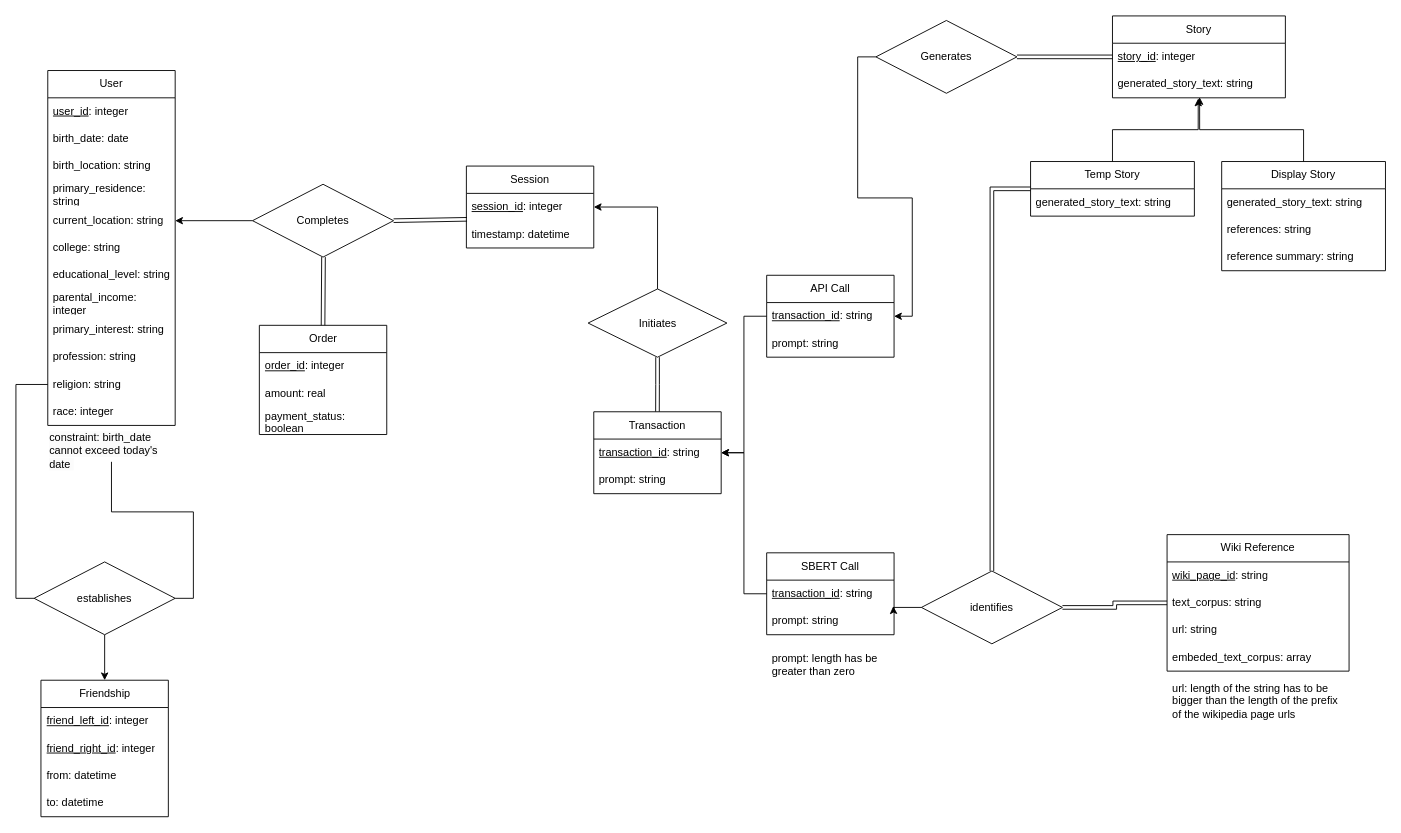
Above: er_diagram.drawio in jiajiabinx/IChing (draw.io), before the change. Source tidied: cells renumbered, new cells numbered last; positions are measured from the earlier drawing's top-left corner, leaving out a move shared by most shapes. Both pictures are drawn from the tidied source at 91%, with x=0, y=0 at pixel (34, 15).
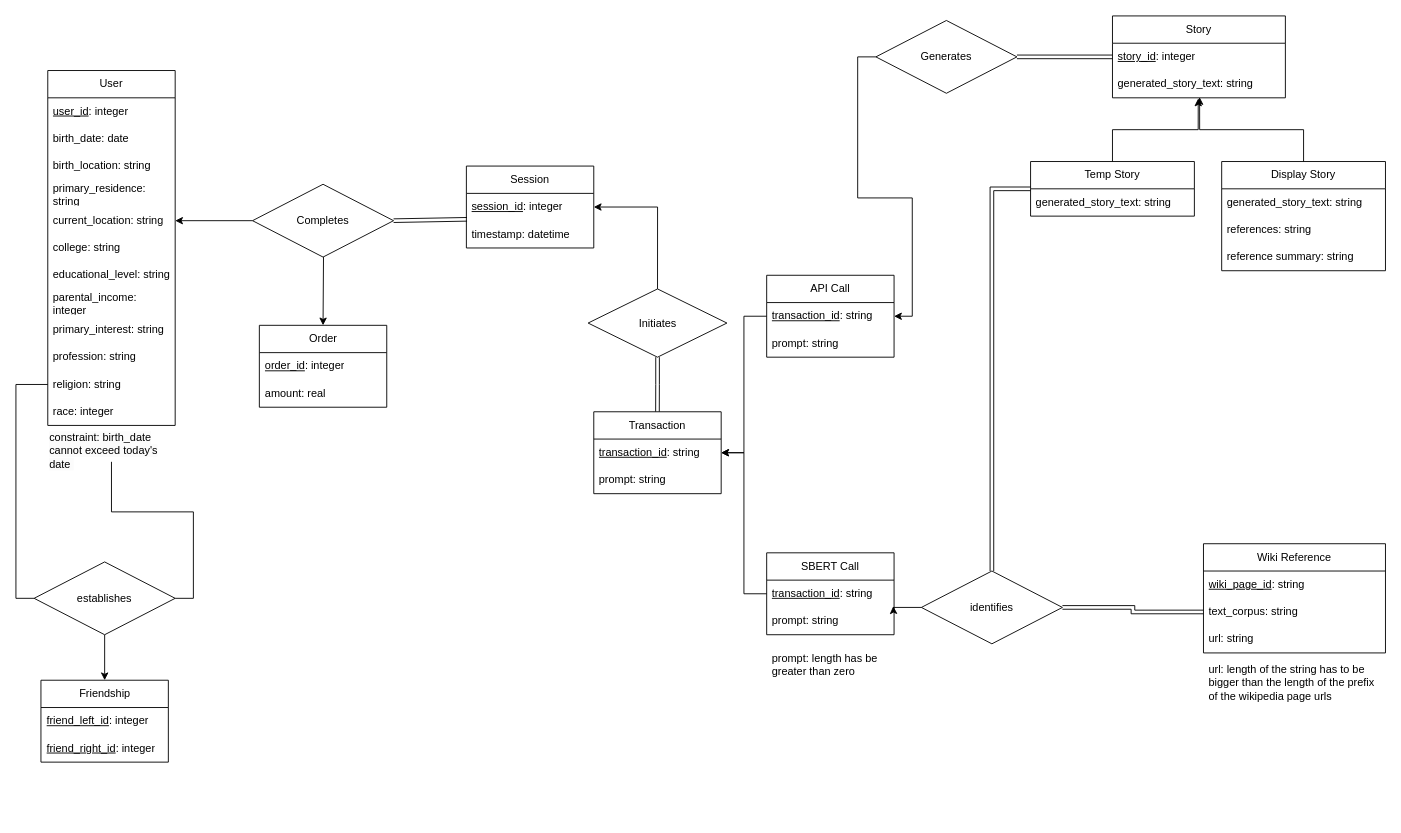
The same page after the edit.

Unchanged cells that the change refers to:
```xml
<mxCell id="4" value="timestamp: datetime" style="text;strokeColor=none;fillColor=none;align=left;verticalAlign=middle;spacingLeft=4;spacingRight=4;overflow=hidden;points=[[0,0.5],[1,0.5]];portConstraint=eastwest;whiteSpace=wrap;html=1;" parent="2" vertex="1">
  <mxGeometry y="60" width="140" height="30" as="geometry" />
</mxCell>
<mxCell id="11" value="generated_story_text: string" style="text;strokeColor=none;fillColor=none;align=left;verticalAlign=middle;spacingLeft=4;spacingRight=4;overflow=hidden;points=[[0,0.5],[1,0.5]];portConstraint=eastwest;whiteSpace=wrap;html=1;" parent="9" vertex="1">
  <mxGeometry y="60" width="190" height="30" as="geometry" />
</mxCell>
<mxCell id="13" value="Completes" style="rhombus;whiteSpace=wrap;html=1;" parent="1" vertex="1">
  <mxGeometry x="240" y="185" width="155" height="80" as="geometry" />
</mxCell>
<mxCell id="16" value="Temp Story" style="swimlane;fontStyle=0;horizontal=1;startSize=30;whiteSpace=wrap;html=1;" parent="1" vertex="1">
  <mxGeometry x="1095" y="160" width="180" height="60" as="geometry" />
</mxCell>
```

Change to the diagram source:
```diff
@@
     <mxCell id="5" value="Order" style="swimlane;fontStyle=0;horizontal=1;startSize=30;whiteSpace=wrap;html=1;" parent="1" vertex="1">
-      <mxGeometry x="247.5" y="340" width="140" height="120" as="geometry" />
+      <mxGeometry x="247.5" y="340" width="140" height="90" as="geometry" />
     </mxCell>
@@
-    <mxCell id="8" value="payment_status: boolean" style="text;strokeColor=none;fillColor=none;align=left;verticalAlign=middle;spacingLeft=4;spacingRight=4;overflow=hidden;whiteSpace=wrap;html=1;" parent="5" vertex="1">
-      <mxGeometry y="90" width="140" height="30" as="geometry" />
-    </mxCell>
@@
-    <mxCell id="14" style="endArrow=none;html=1;rounded=0;exitX=1;exitY=0.5;exitDx=0;exitDy=0;shape=link;entryX=0.005;entryY=-0.05;entryDx=0;entryDy=0;entryPerimeter=0;" parent="1" edge="1" source="13" target="4">
+    <mxCell id="14" style="endArrow=none;html=1;rounded=0;exitX=1;exitY=0.5;exitDx=0;exitDy=0;entryX=0.005;entryY=-0.05;entryDx=0;entryDy=0;entryPerimeter=0;shape=link;" parent="1" edge="1" source="13" target="4">
       <mxGeometry relative="1" as="geometry" />
     </mxCell>
-    <mxCell id="15" style="endArrow=none;html=1;rounded=0;exitX=0.5;exitY=0;exitDx=0;exitDy=0;shape=link;" parent="1" edge="1" source="5">
+    <mxCell id="15" style="endArrow=none;html=1;rounded=0;exitX=0.5;exitY=0;exitDx=0;exitDy=0;endFill=0;startArrow=classic;startFill=1;" parent="1" edge="1" source="5">
       <mxGeometry relative="1" as="geometry">
         <mxPoint x="318" y="265" as="targetPoint" />
       </mxGeometry>
     </mxCell>
@@
     <mxCell id="38" style="edgeStyle=orthogonalEdgeStyle;rounded=0;jettySize=auto;html=1;exitX=0.5;exitY=0;exitDx=0;exitDy=0;entryX=0.496;entryY=1.026;entryDx=0;entryDy=0;entryPerimeter=0;" parent="1" edge="1" source="16" target="11">
-      <mxGeometry relative="1" as="geometry" />
+      <mxGeometry relative="1" as="geometry">
+        <Array as="points">
+          <mxPoint x="1185" y="125" />
+          <mxPoint x="1279" y="125" />
+        </Array>
+      </mxGeometry>
     </mxCell>
@@
     <mxCell id="40" style="group;" parent="1" vertex="1">
-      <mxGeometry x="1245" y="570" width="200" height="215" as="geometry" />
+      <mxGeometry x="1285" y="580" width="200" height="215" as="geometry" />
     </mxCell>
     <mxCell id="41" value="Wiki Reference" style="swimlane;fontStyle=0;horizontal=1;startSize=30;whiteSpace=wrap;html=1;" parent="40" vertex="1">
-      <mxGeometry width="200" height="150" as="geometry" />
+      <mxGeometry width="200" height="120" as="geometry" />
     </mxCell>
@@
-    <mxCell id="45" value="embeded_text_corpus: array" style="text;strokeColor=none;fillColor=none;align=left;verticalAlign=middle;spacingLeft=4;spacingRight=4;overflow=hidden;whiteSpace=wrap;html=1;" parent="41" vertex="1">
-      <mxGeometry y="120" width="200" height="30" as="geometry" />
-    </mxCell>
     <mxCell id="46" value="url: length of the string has to be bigger than the length of the prefix of the wikipedia page urls" style="text;strokeColor=none;fillColor=none;align=left;verticalAlign=middle;spacingLeft=4;spacingRight=4;overflow=hidden;whiteSpace=wrap;html=1;" parent="40" vertex="1">
-      <mxGeometry y="150" width="200" height="65" as="geometry" />
+      <mxGeometry y="120" width="200" height="65" as="geometry" />
     </mxCell>
@@
     <mxCell id="73" value="Friendship" style="swimlane;fontStyle=0;horizontal=1;startSize=30;whiteSpace=wrap;html=1;" parent="1" vertex="1">
-      <mxGeometry x="7.5" y="730" width="140" height="150" as="geometry" />
+      <mxGeometry x="7.5" y="730" width="140" height="90" as="geometry" />
     </mxCell>
@@
-    <mxCell id="76" value="from: datetime" style="text;strokeColor=none;fillColor=none;align=left;verticalAlign=middle;spacingLeft=4;spacingRight=4;overflow=hidden;whiteSpace=wrap;html=1;" parent="73" vertex="1">
-      <mxGeometry y="90" width="140" height="30" as="geometry" />
-    </mxCell>
-    <mxCell id="77" value="to: datetime" style="text;strokeColor=none;fillColor=none;align=left;verticalAlign=middle;spacingLeft=4;spacingRight=4;overflow=hidden;whiteSpace=wrap;html=1;" parent="73" vertex="1">
-      <mxGeometry y="120" width="140" height="30" as="geometry" />
-    </mxCell>
```
